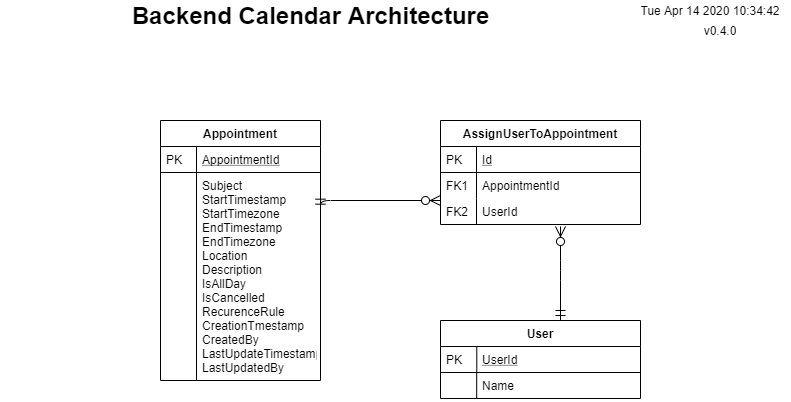
Above: documentation/architecture/Telemed Calendar solution.png in TelemedDevGroup/TelemedProtoApp (draw.io), before the change. Source tidied: cells renumbered, new cells last; positions are measured from the earlier drawing's top-left corner, leaving out a move shared by most shapes.
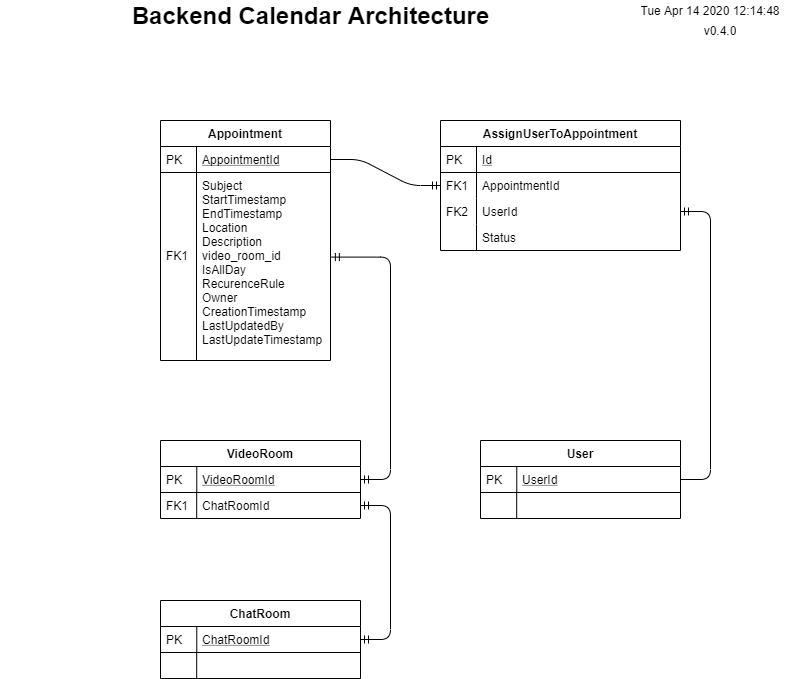
Later version of the same file.

The edit, as a diff of the source:
```diff
@@ -3,19 +3,19 @@
     <mxCell id="0" />
     <mxCell id="1" parent="0" />
     <mxCell id="2" value="Appointment" style="swimlane;fontStyle=1;horizontal=1;startSize=26;rounded=0;shadow=0;strokeWidth=1;" parent="1" vertex="1">
-      <mxGeometry x="160" y="120" width="160" height="260" as="geometry" />
+      <mxGeometry x="160" y="120" width="170" height="240" as="geometry" />
     </mxCell>
     <mxCell id="3" value="AppointmentId" style="shape=partialRectangle;top=0;left=0;right=0;bottom=1;align=left;verticalAlign=top;fillColor=none;spacingLeft=40;spacingRight=4;overflow=hidden;points=[[0,0.5],[1,0.5]];portConstraint=eastwest;rounded=0;shadow=0;strokeWidth=1;fontStyle=4;" parent="2" vertex="1">
-      <mxGeometry y="26" width="160" height="26" as="geometry" />
+      <mxGeometry y="26" width="170" height="26" as="geometry" />
     </mxCell>
     <mxCell id="4" value="PK" style="shape=partialRectangle;top=0;left=0;bottom=0;fillColor=none;align=left;verticalAlign=top;spacingLeft=4;spacingRight=4;overflow=hidden;" parent="3" vertex="1">
       <mxGeometry width="36" height="26" as="geometry" />
     </mxCell>
-    <mxCell id="5" value="Subject&#10;StartTimestamp&#10;StartTimezone&#10;EndTimestamp&#10;EndTimezone&#10;Location&#10;Description&#10;IsAllDay&#10;IsCancelled&#10;RecurenceRule&#10;CreationTmestamp&#10;CreatedBy&#10;LastUpdateTimestamp&#10;LastUpdatedBy&#10;" style="shape=partialRectangle;top=0;left=0;right=0;bottom=0;align=left;verticalAlign=top;fillColor=none;spacingLeft=40;spacingRight=4;overflow=hidden;points=[[0,0.5],[1,0.5]];portConstraint=eastwest;rounded=0;shadow=0;strokeWidth=1;" parent="2" vertex="1">
-      <mxGeometry y="52" width="160" height="208" as="geometry" />
+    <mxCell id="5" value="Subject&#10;StartTimestamp&#10;EndTimestamp&#10;Location&#10;Description&#10;video_room_id&#10;IsAllDay&#10;RecurenceRule&#10;Owner&#10;CreationTimestamp&#10;LastUpdatedBy&#10;LastUpdateTimestamp&#10;" style="shape=partialRectangle;top=0;left=0;right=0;bottom=0;align=left;verticalAlign=top;fillColor=none;spacingLeft=40;spacingRight=4;overflow=hidden;points=[[0,0.5],[1,0.5]];portConstraint=eastwest;rounded=0;shadow=0;strokeWidth=1;" parent="2" vertex="1">
+      <mxGeometry y="52" width="170" height="188" as="geometry" />
     </mxCell>
-    <mxCell id="6" style="shape=partialRectangle;top=0;left=0;bottom=0;fillColor=none;align=left;verticalAlign=top;spacingLeft=4;spacingRight=4;overflow=hidden;" parent="5" vertex="1">
-      <mxGeometry width="36" height="208" as="geometry" />
+    <mxCell id="6" value="&#10;&#10;&#10;&#10;&#10;FK1" style="shape=partialRectangle;top=0;left=0;bottom=0;fillColor=none;align=left;verticalAlign=top;spacingLeft=4;spacingRight=4;overflow=hidden;" parent="5" vertex="1">
+      <mxGeometry width="36" height="188" as="geometry" />
     </mxCell>
     <mxCell id="7" value="Backend Calendar Architecture" style="text;strokeColor=none;fillColor=none;html=1;fontSize=24;fontStyle=1;verticalAlign=middle;align=center;" parent="1" vertex="1">
       <mxGeometry width="620" height="30" as="geometry" />
@@ -31,36 +31,34 @@
       </mxCell>
     </object>
     <mxCell id="10" value="AssignUserToAppointment" style="swimlane;fontStyle=1;horizontal=1;startSize=26;rounded=0;shadow=0;strokeWidth=1;" parent="1" vertex="1">
-      <mxGeometry x="440" y="120" width="200" height="104" as="geometry" />
+      <mxGeometry x="440" y="120" width="240" height="130" as="geometry" />
     </mxCell>
     <mxCell id="11" value="Id" style="shape=partialRectangle;top=0;left=0;right=0;bottom=1;align=left;verticalAlign=top;fillColor=none;spacingLeft=40;spacingRight=4;overflow=hidden;rounded=0;shadow=0;strokeWidth=1;fontStyle=4;" parent="10" vertex="1">
-      <mxGeometry y="26" width="200" height="26" as="geometry" />
+      <mxGeometry y="26" width="240" height="26" as="geometry" />
     </mxCell>
     <mxCell id="12" value="PK" style="shape=partialRectangle;top=0;left=0;bottom=0;fillColor=none;align=left;verticalAlign=top;spacingLeft=4;spacingRight=4;overflow=hidden;" parent="11" vertex="1">
       <mxGeometry width="36" height="26" as="geometry" />
     </mxCell>
     <mxCell id="13" value="AppointmentId" style="shape=partialRectangle;top=0;left=0;right=0;bottom=0;align=left;verticalAlign=top;fillColor=none;spacingLeft=40;spacingRight=4;overflow=hidden;points=[[0,0.5],[1,0.5]];portConstraint=eastwest;rounded=0;shadow=0;strokeWidth=1;" parent="10" vertex="1">
-      <mxGeometry y="52" width="200" height="26" as="geometry" />
+      <mxGeometry y="52" width="240" height="26" as="geometry" />
     </mxCell>
     <mxCell id="14" value="FK1" style="shape=partialRectangle;top=0;left=0;bottom=0;fillColor=none;align=left;verticalAlign=top;spacingLeft=4;spacingRight=4;overflow=hidden;" parent="13" vertex="1">
       <mxGeometry width="36" height="26" as="geometry" />
     </mxCell>
     <mxCell id="15" value="UserId" style="shape=partialRectangle;top=0;left=0;right=0;bottom=0;align=left;verticalAlign=top;fillColor=none;spacingLeft=40;spacingRight=4;overflow=hidden;points=[[0,0.5],[1,0.5]];portConstraint=eastwest;rounded=0;shadow=0;strokeWidth=1;" parent="10" vertex="1">
-      <mxGeometry y="78" width="200" height="26" as="geometry" />
+      <mxGeometry y="78" width="240" height="26" as="geometry" />
     </mxCell>
     <mxCell id="16" value="FK2" style="shape=partialRectangle;top=0;left=0;bottom=0;fillColor=none;align=left;verticalAlign=top;spacingLeft=4;spacingRight=4;overflow=hidden;" parent="15" vertex="1">
       <mxGeometry width="36" height="26" as="geometry" />
     </mxCell>
-    <mxCell id="17" style="edgeStyle=orthogonalEdgeStyle;endArrow=ERzeroToMany;startArrow=ERmandOne;shadow=0;strokeWidth=1;endSize=8;startSize=8;exitX=0.998;exitY=0.316;exitDx=0;exitDy=0;exitPerimeter=0;" parent="1" edge="1" target="10">
-      <mxGeometry relative="1" as="geometry">
-        <mxPoint x="320" y="208.7" as="sourcePoint" />
-        <Array as="points">
-          <mxPoint x="320" y="200" />
-        </Array>
-      </mxGeometry>
-    </mxCell>
+    <mxCell id="24" value="Status" style="shape=partialRectangle;top=0;left=0;right=0;bottom=0;align=left;verticalAlign=top;fillColor=none;spacingLeft=40;spacingRight=4;overflow=hidden;rounded=0;shadow=0;strokeWidth=1;" parent="10" vertex="1">
+      <mxGeometry y="104" width="240" height="26" as="geometry" />
+    </mxCell>
+    <mxCell id="25" style="shape=partialRectangle;top=0;left=0;bottom=0;fillColor=none;align=left;verticalAlign=top;spacingLeft=4;spacingRight=4;overflow=hidden;" parent="24" vertex="1">
+      <mxGeometry width="36" height="26" as="geometry" />
+    </mxCell>
     <mxCell id="18" value="User" style="swimlane;fontStyle=1;horizontal=1;startSize=26;rounded=0;shadow=0;strokeWidth=1;" parent="1" vertex="1">
-      <mxGeometry x="440" y="320" width="200" height="78" as="geometry" />
+      <mxGeometry x="480" y="440" width="200" height="78" as="geometry" />
     </mxCell>
     <mxCell id="19" value="UserId" style="shape=partialRectangle;top=0;left=0;right=0;bottom=1;align=left;verticalAlign=top;fillColor=none;spacingLeft=40;spacingRight=4;overflow=hidden;points=[[0,0.5],[1,0.5]];portConstraint=eastwest;rounded=0;shadow=0;strokeWidth=1;fontStyle=4;" parent="18" vertex="1">
       <mxGeometry y="26" width="200" height="26" as="geometry" />
@@ -68,20 +66,53 @@
     <mxCell id="20" value="PK" style="shape=partialRectangle;top=0;left=0;bottom=0;fillColor=none;align=left;verticalAlign=top;spacingLeft=4;spacingRight=4;overflow=hidden;" parent="19" vertex="1">
       <mxGeometry width="36.3" height="26" as="geometry" />
     </mxCell>
-    <mxCell id="21" value="Name" style="shape=partialRectangle;top=0;left=0;right=0;bottom=0;align=left;verticalAlign=top;fillColor=none;spacingLeft=40;spacingRight=4;overflow=hidden;rounded=0;shadow=0;strokeWidth=1;" parent="18" vertex="1">
+    <mxCell id="21" style="shape=partialRectangle;top=0;left=0;right=0;bottom=0;align=left;verticalAlign=top;fillColor=none;spacingLeft=40;spacingRight=4;overflow=hidden;rounded=0;shadow=0;strokeWidth=1;" parent="18" vertex="1">
       <mxGeometry y="52" width="200" height="26" as="geometry" />
     </mxCell>
     <mxCell id="22" style="shape=partialRectangle;top=0;left=0;bottom=0;fillColor=none;align=left;verticalAlign=top;spacingLeft=4;spacingRight=4;overflow=hidden;" parent="21" vertex="1">
       <mxGeometry width="36.2" height="26" as="geometry" />
     </mxCell>
-    <mxCell id="23" style="edgeStyle=orthogonalEdgeStyle;endArrow=ERzeroToMany;startArrow=ERmandOne;shadow=0;strokeWidth=1;endSize=8;startSize=8;" parent="1" edge="1" source="18">
-      <mxGeometry relative="1" as="geometry">
-        <mxPoint x="560" y="226" as="targetPoint" />
-        <Array as="points">
-          <mxPoint x="560" y="270" />
-          <mxPoint x="560" y="270" />
-        </Array>
-      </mxGeometry>
-    </mxCell>
+    <mxCell id="26" value="VideoRoom" style="swimlane;fontStyle=1;horizontal=1;startSize=26;rounded=0;shadow=0;strokeWidth=1;" parent="1" vertex="1">
+      <mxGeometry x="160" y="440" width="200" height="78" as="geometry" />
+    </mxCell>
+    <mxCell id="27" value="VideoRoomId" style="shape=partialRectangle;top=0;left=0;right=0;bottom=1;align=left;verticalAlign=top;fillColor=none;spacingLeft=40;spacingRight=4;overflow=hidden;points=[[0,0.5],[1,0.5]];portConstraint=eastwest;rounded=0;shadow=0;strokeWidth=1;fontStyle=4;" parent="26" vertex="1">
+      <mxGeometry y="26" width="200" height="26" as="geometry" />
+    </mxCell>
+    <mxCell id="28" value="PK" style="shape=partialRectangle;top=0;left=0;bottom=0;fillColor=none;align=left;verticalAlign=top;spacingLeft=4;spacingRight=4;overflow=hidden;" parent="27" vertex="1">
+      <mxGeometry width="36.3" height="26" as="geometry" />
+    </mxCell>
+    <mxCell id="29" value="ChatRoomId" style="shape=partialRectangle;top=0;left=0;right=0;bottom=0;align=left;verticalAlign=top;fillColor=none;spacingLeft=40;spacingRight=4;overflow=hidden;points=[[0,0.5],[1,0.5]];portConstraint=eastwest;rounded=0;shadow=0;strokeWidth=1;" parent="26" vertex="1">
+      <mxGeometry y="52" width="200" height="26" as="geometry" />
+    </mxCell>
+    <mxCell id="30" value="FK1" style="shape=partialRectangle;top=0;left=0;bottom=0;fillColor=none;align=left;verticalAlign=top;spacingLeft=4;spacingRight=4;overflow=hidden;" parent="29" vertex="1">
+      <mxGeometry width="36.2" height="26" as="geometry" />
+    </mxCell>
+    <mxCell id="31" value="ChatRoom" style="swimlane;fontStyle=1;horizontal=1;startSize=26;rounded=0;shadow=0;strokeWidth=1;" parent="1" vertex="1">
+      <mxGeometry x="160" y="600" width="200" height="78" as="geometry" />
+    </mxCell>
+    <mxCell id="32" value="ChatRoomId" style="shape=partialRectangle;top=0;left=0;right=0;bottom=1;align=left;verticalAlign=top;fillColor=none;spacingLeft=40;spacingRight=4;overflow=hidden;points=[[0,0.5],[1,0.5]];portConstraint=eastwest;rounded=0;shadow=0;strokeWidth=1;fontStyle=4;" parent="31" vertex="1">
+      <mxGeometry y="26" width="200" height="26" as="geometry" />
+    </mxCell>
+    <mxCell id="33" value="PK" style="shape=partialRectangle;top=0;left=0;bottom=0;fillColor=none;align=left;verticalAlign=top;spacingLeft=4;spacingRight=4;overflow=hidden;" parent="32" vertex="1">
+      <mxGeometry width="36.3" height="26" as="geometry" />
+    </mxCell>
+    <mxCell id="34" style="shape=partialRectangle;top=0;left=0;right=0;bottom=0;align=left;verticalAlign=top;fillColor=none;spacingLeft=40;spacingRight=4;overflow=hidden;rounded=0;shadow=0;strokeWidth=1;" parent="31" vertex="1">
+      <mxGeometry y="52" width="200" height="26" as="geometry" />
+    </mxCell>
+    <mxCell id="35" style="shape=partialRectangle;top=0;left=0;bottom=0;fillColor=none;align=left;verticalAlign=top;spacingLeft=4;spacingRight=4;overflow=hidden;" parent="34" vertex="1">
+      <mxGeometry width="36.2" height="26" as="geometry" />
+    </mxCell>
+    <mxCell id="36" style="edgeStyle=entityRelationEdgeStyle;fontSize=12;html=1;endArrow=ERmandOne;entryX=0;entryY=0.5;entryDx=0;entryDy=0;exitX=1;exitY=0.5;exitDx=0;exitDy=0;" parent="1" edge="1" source="3" target="13">
+      <mxGeometry relative="1" as="geometry" />
+    </mxCell>
+    <mxCell id="37" style="edgeStyle=entityRelationEdgeStyle;fontSize=12;html=1;endArrow=ERmandOne;startArrow=ERmandOne;exitX=1.005;exitY=0.45;exitDx=0;exitDy=0;exitPerimeter=0;" parent="1" edge="1" source="5" target="27">
+      <mxGeometry relative="1" as="geometry" />
+    </mxCell>
+    <mxCell id="38" style="edgeStyle=entityRelationEdgeStyle;fontSize=12;html=1;endArrow=ERmandOne;startArrow=ERmandOne;exitX=1;exitY=0.5;exitDx=0;exitDy=0;" parent="1" edge="1" source="32" target="29">
+      <mxGeometry relative="1" as="geometry" />
+    </mxCell>
+    <mxCell id="39" style="edgeStyle=entityRelationEdgeStyle;fontSize=12;html=1;endArrow=ERmandOne;exitX=1;exitY=0.5;exitDx=0;exitDy=0;" parent="1" edge="1" source="19" target="15">
+      <mxGeometry relative="1" as="geometry" />
+    </mxCell>
   </root>
 </mxGraphModel>
```
